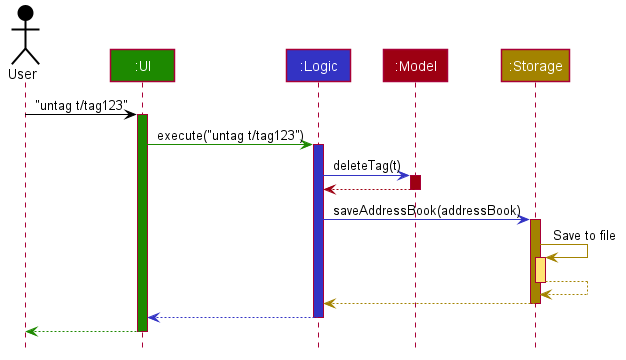
The PlantUML diagram docs/images/ArchitectureSequenceDiagram.png in nus-cs2103-AY2021S1/tp, before a commit.
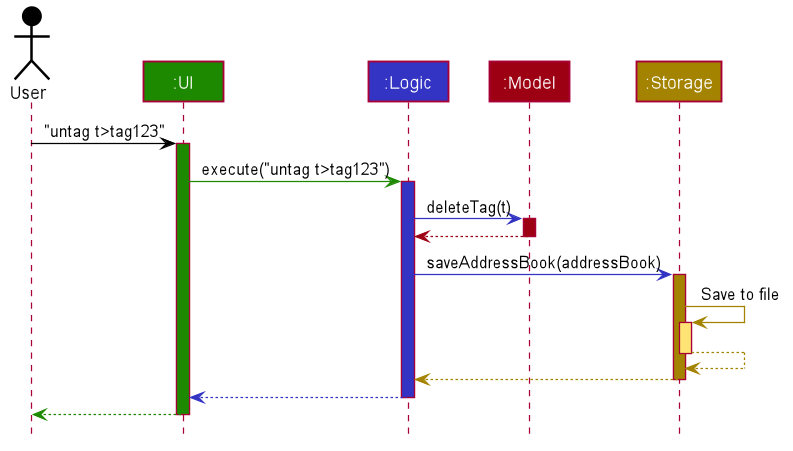
Above is the later version.

Commit message:
Add a sequence for FindCommand

Diff of the diagram source:
```diff
@@ -54,10 +54,10 @@
 Participant ":Model" as model #9D0012
 Participant ":Storage" as storage #A38300
 
-user -[#000000]> ui : "untag t/tag123"
+user -[#000000]> ui : "untag t>tag123"
 activate ui #1D8900
 
-ui -[#1D8900]> logic : execute("untag t/tag123")
+ui -[#1D8900]> logic : execute("untag t>tag123")
 activate logic #3333C4
 
 logic -[#3333C4]> model : deleteTag(t)
```
